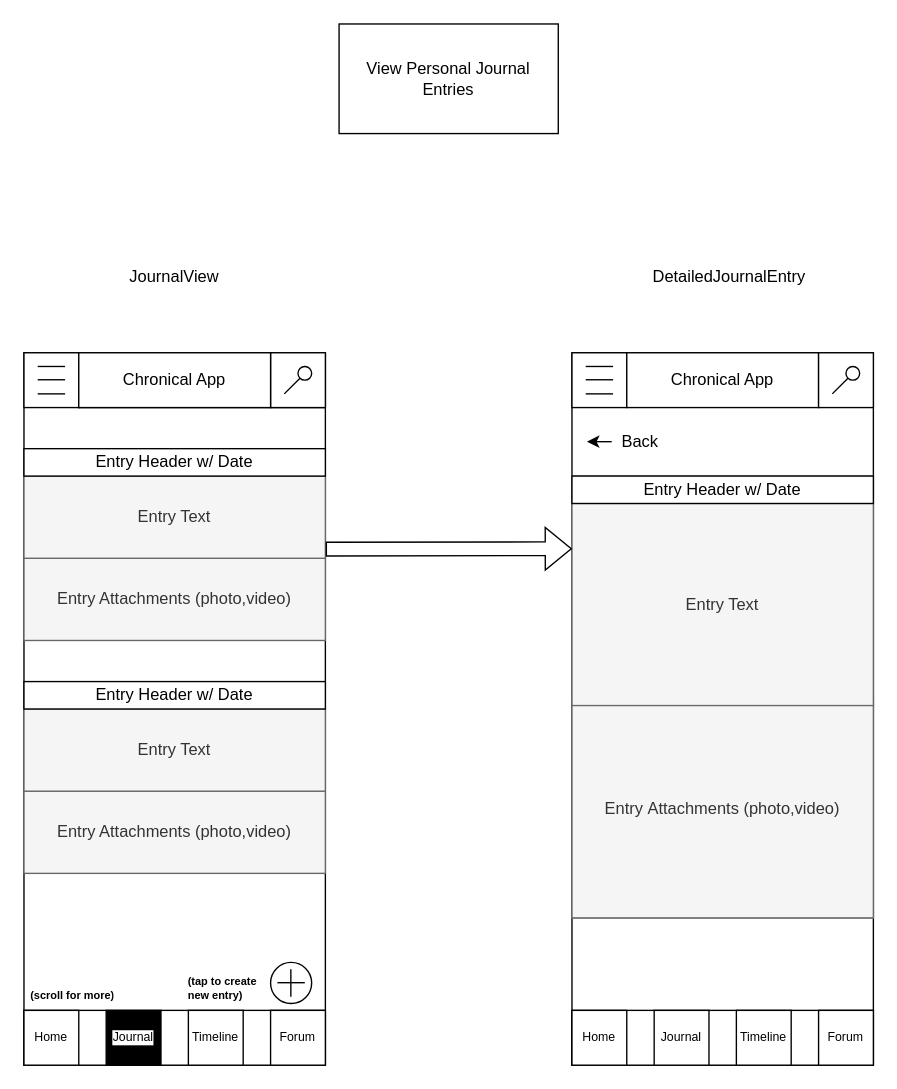
Above: page "ViewJournal" (6 of 15) of Chronicle_Initial_App_Wireframe_Designs.drawio in Vaibhav-G-Parmar/Chronicle-Your-Ultimate-Travel-Companion (draw.io), before the change. Source tidied: cells renumbered, new cells numbered last; positions are measured from the earlier drawing's top-left corner, leaving out a move shared by most shapes. Both pictures are drawn from the tidied source at 137%, with x=0, y=0 at pixel (23, 23).
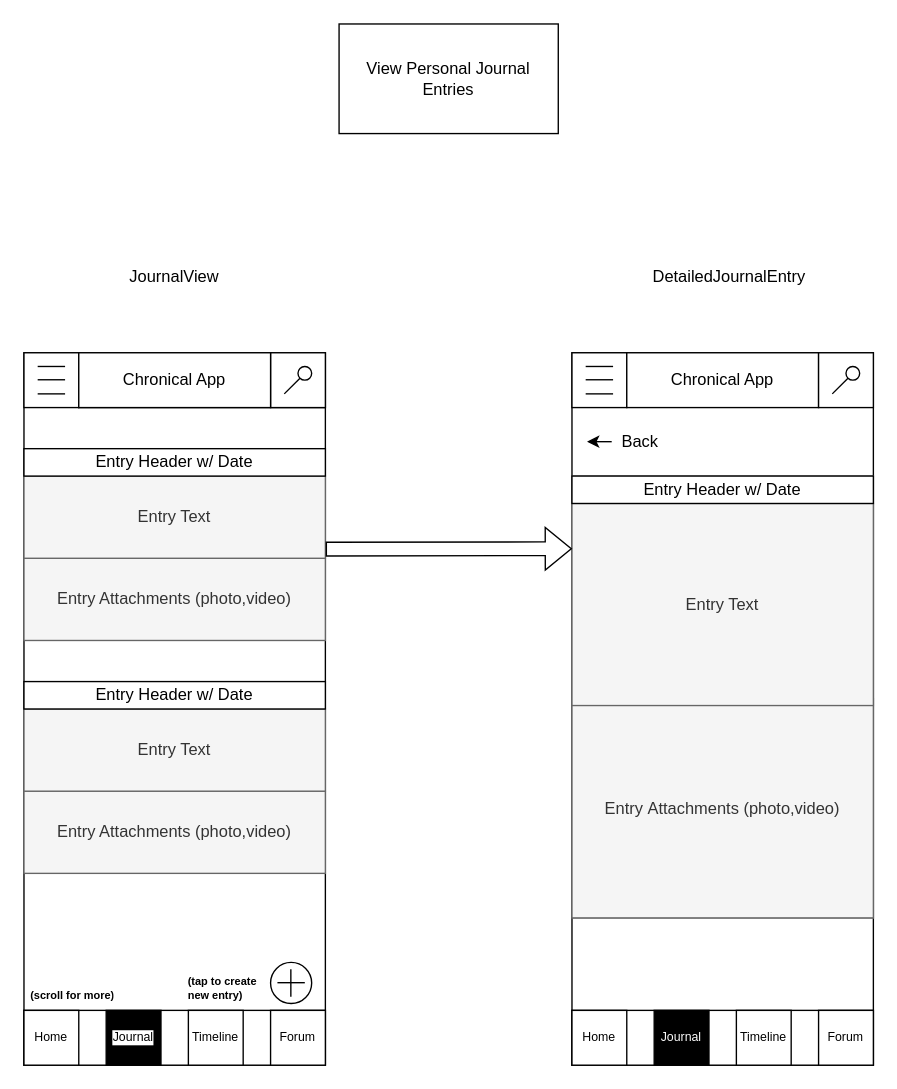
The same diagram, later.

Change to the diagram source:
```diff
@@
-    <mxCell id="33" value="Journal" style="rounded=0;whiteSpace=wrap;html=1;fontSize=9;" parent="1" vertex="1">
+    <mxCell id="33" value="Journal" style="rounded=0;whiteSpace=wrap;html=1;fontSize=9;fillColor=#000000;fontColor=#FCFCFC;" parent="1" vertex="1">
       <mxGeometry x="460" y="720" width="40" height="40" as="geometry" />
     </mxCell>
```
